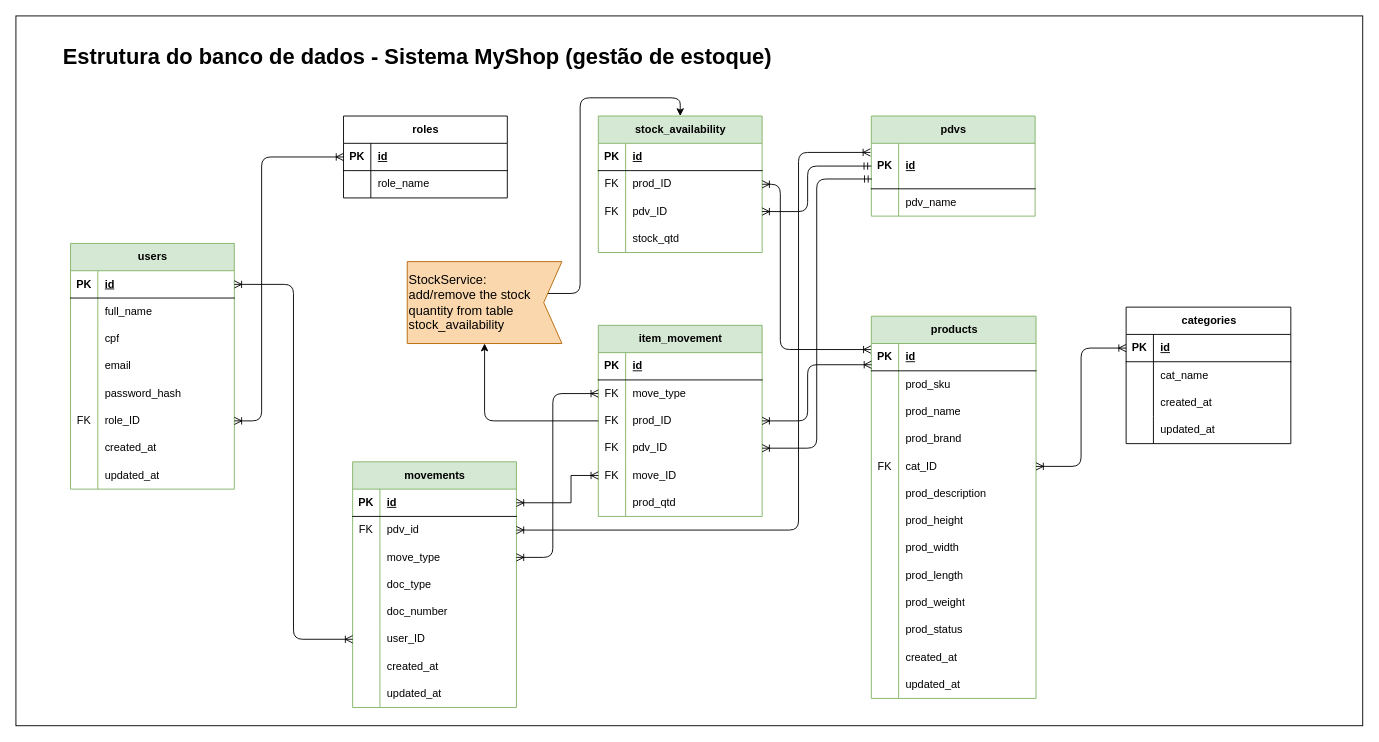
The draw.io diagram databases-myshop-app.drawio in caioreges/caioreges, before the edit. Source tidied: cells renumbered, new cells numbered last; positions are measured from the earlier drawing's top-left corner, leaving out a move shared by most shapes. Both pictures are drawn from the tidied source at 91%, with x=0, y=0 at pixel (15, 15).
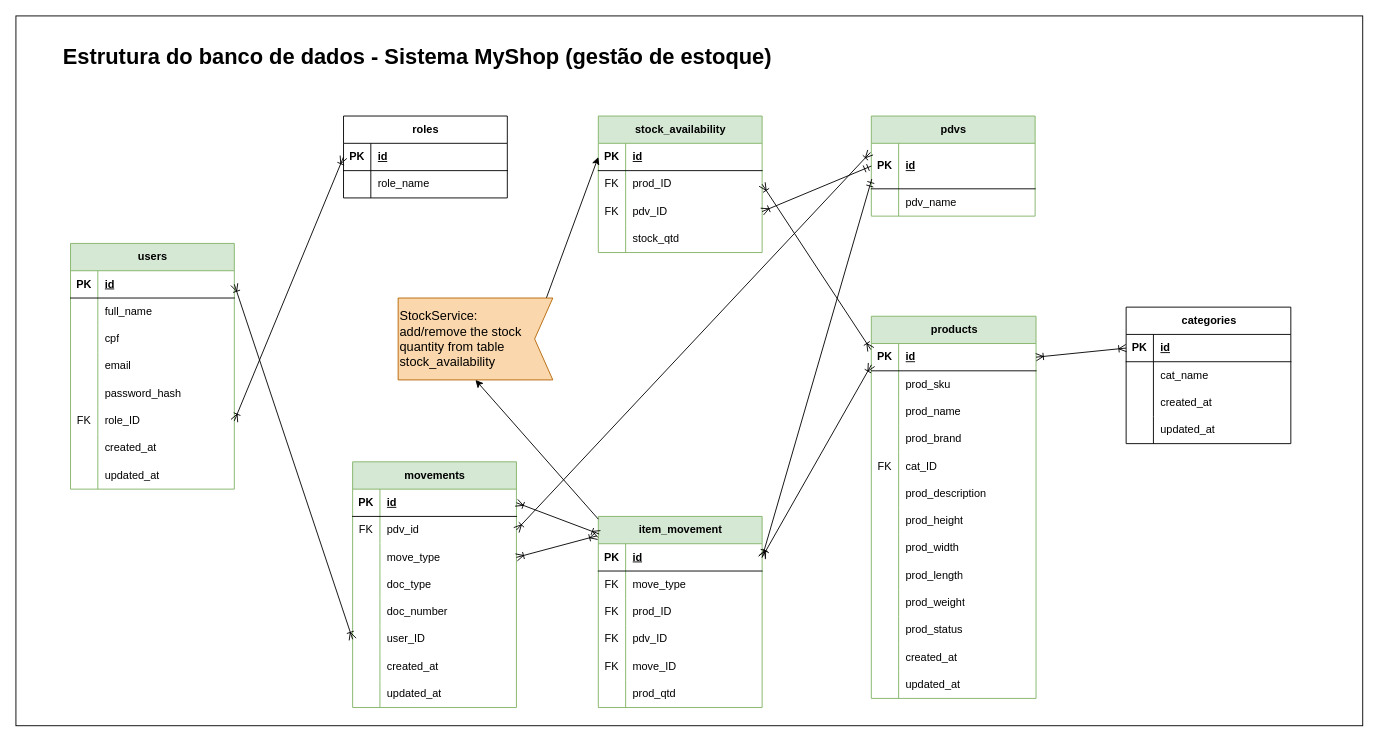
The same page after the edit.

The change refers to these unchanged cells:
```xml
<mxCell id="4" style="shape=tableRow;horizontal=0;startSize=0;swimlaneHead=0;swimlaneBody=0;fillColor=none;points=[[0,0.5],[1,0.5]];portConstraint=eastwest;top=0;left=0;right=0;bottom=1;" parent="3" vertex="1">
  <mxGeometry y="30" width="180" height="30" as="geometry" />
</mxCell>
<mxCell id="19" style="shape=tableRow;horizontal=0;startSize=0;swimlaneHead=0;swimlaneBody=0;fillColor=none;points=[[0,0.5],[1,0.5]];portConstraint=eastwest;top=0;left=0;right=0;bottom=0;" parent="3" vertex="1">
  <mxGeometry y="180" width="180" height="30" as="geometry" />
</mxCell>
<mxCell id="29" style="shape=tableRow;horizontal=0;startSize=0;swimlaneHead=0;swimlaneBody=0;fillColor=none;points=[[0,0.5],[1,0.5]];portConstraint=eastwest;top=0;left=0;right=0;bottom=1;" parent="28" vertex="1">
  <mxGeometry y="30" width="180" height="30" as="geometry" />
</mxCell>
<mxCell id="37" style="shape=tableRow;horizontal=0;startSize=0;swimlaneHead=0;swimlaneBody=0;fillColor=none;points=[[0,0.5],[1,0.5]];portConstraint=eastwest;top=0;left=0;right=0;bottom=1;" parent="36" vertex="1">
  <mxGeometry y="30" width="181" height="30" as="geometry" />
</mxCell>
<mxCell id="49" style="shape=tableRow;horizontal=0;startSize=0;swimlaneHead=0;swimlaneBody=0;fillColor=none;points=[[0,0.5],[1,0.5]];portConstraint=eastwest;top=0;left=0;right=0;bottom=0;" parent="36" vertex="1">
  <mxGeometry y="150" width="181" height="30" as="geometry" />
</mxCell>
<mxCell id="77" style="shape=tableRow;horizontal=0;startSize=0;swimlaneHead=0;swimlaneBody=0;fillColor=none;points=[[0,0.5],[1,0.5]];portConstraint=eastwest;top=0;left=0;right=0;bottom=1;" parent="76" vertex="1">
  <mxGeometry y="30" width="181" height="30" as="geometry" />
</mxCell>
<mxCell id="91" style="shape=tableRow;horizontal=0;startSize=0;swimlaneHead=0;swimlaneBody=0;fillColor=none;points=[[0,0.5],[1,0.5]];portConstraint=eastwest;top=0;left=0;right=0;bottom=1;" parent="90" vertex="1">
  <mxGeometry y="30" width="180" height="30" as="geometry" />
</mxCell>
<mxCell id="94" style="shape=tableRow;horizontal=0;startSize=0;swimlaneHead=0;swimlaneBody=0;fillColor=none;points=[[0,0.5],[1,0.5]];portConstraint=eastwest;top=0;left=0;right=0;bottom=0;" parent="90" vertex="1">
  <mxGeometry y="60" width="180" height="30" as="geometry" />
</mxCell>
<mxCell id="97" style="shape=tableRow;horizontal=0;startSize=0;swimlaneHead=0;swimlaneBody=0;fillColor=none;points=[[0,0.5],[1,0.5]];portConstraint=eastwest;top=0;left=0;right=0;bottom=0;" parent="90" vertex="1">
  <mxGeometry y="90" width="180" height="30" as="geometry" />
</mxCell>
<mxCell id="106" style="shape=tableRow;horizontal=0;startSize=0;swimlaneHead=0;swimlaneBody=0;fillColor=none;points=[[0,0.5],[1,0.5]];portConstraint=eastwest;top=0;left=0;right=0;bottom=0;" parent="90" vertex="1">
  <mxGeometry y="180" width="180" height="30" as="geometry" />
</mxCell>
<mxCell id="115" value="stock_availability" style="shape=table;startSize=30;childLayout=tableLayout;rowLines=0;fontStyle=1;align=center;html=1;fillColor=#d5e8d4;strokeColor=#82b366;" parent="1" vertex="1">
  <mxGeometry x="640" y="110" width="180" height="150" as="geometry" />
</mxCell>
<mxCell id="116" style="shape=tableRow;horizontal=0;startSize=0;swimlaneHead=0;swimlaneBody=0;fillColor=none;points=[[0,0.5],[1,0.5]];portConstraint=eastwest;top=0;left=0;right=0;bottom=1;" parent="115" vertex="1">
  <mxGeometry y="30" width="180" height="30" as="geometry" />
</mxCell>
<mxCell id="119" style="shape=tableRow;horizontal=0;startSize=0;swimlaneHead=0;swimlaneBody=0;fillColor=none;points=[[0,0.5],[1,0.5]];portConstraint=eastwest;top=0;left=0;right=0;bottom=0;" parent="115" vertex="1">
  <mxGeometry y="60" width="180" height="30" as="geometry" />
</mxCell>
<mxCell id="122" style="shape=tableRow;horizontal=0;startSize=0;swimlaneHead=0;swimlaneBody=0;fillColor=none;points=[[0,0.5],[1,0.5]];portConstraint=eastwest;top=0;left=0;right=0;bottom=0;" parent="115" vertex="1">
  <mxGeometry y="90" width="180" height="30" as="geometry" />
</mxCell>
<mxCell id="129" style="shape=tableRow;horizontal=0;startSize=0;swimlaneHead=0;swimlaneBody=0;fillColor=none;points=[[0,0.5],[1,0.5]];portConstraint=eastwest;top=0;left=0;right=0;bottom=1;" parent="128" vertex="1">
  <mxGeometry y="30" width="180" height="50" as="geometry" />
</mxCell>
<mxCell id="139" style="shape=tableRow;horizontal=0;startSize=0;swimlaneHead=0;swimlaneBody=0;fillColor=none;points=[[0,0.5],[1,0.5]];portConstraint=eastwest;top=0;left=0;right=0;bottom=1;" parent="138" vertex="1">
  <mxGeometry y="30" width="180" height="30" as="geometry" />
</mxCell>
<mxCell id="142" style="shape=tableRow;horizontal=0;startSize=0;swimlaneHead=0;swimlaneBody=0;fillColor=none;points=[[0,0.5],[1,0.5]];portConstraint=eastwest;top=0;left=0;right=0;bottom=0;" parent="138" vertex="1">
  <mxGeometry y="60" width="180" height="30" as="geometry" />
</mxCell>
<mxCell id="145" style="shape=tableRow;horizontal=0;startSize=0;swimlaneHead=0;swimlaneBody=0;fillColor=none;points=[[0,0.5],[1,0.5]];portConstraint=eastwest;top=0;left=0;right=0;bottom=0;" parent="138" vertex="1">
  <mxGeometry y="90" width="180" height="30" as="geometry" />
</mxCell>
<mxCell id="148" style="shape=tableRow;horizontal=0;startSize=0;swimlaneHead=0;swimlaneBody=0;fillColor=none;points=[[0,0.5],[1,0.5]];portConstraint=eastwest;top=0;left=0;right=0;bottom=0;" parent="138" vertex="1">
  <mxGeometry y="120" width="180" height="30" as="geometry" />
</mxCell>
<mxCell id="151" style="shape=tableRow;horizontal=0;startSize=0;swimlaneHead=0;swimlaneBody=0;fillColor=none;points=[[0,0.5],[1,0.5]];portConstraint=eastwest;top=0;left=0;right=0;bottom=0;" parent="138" vertex="1">
  <mxGeometry y="150" width="180" height="30" as="geometry" />
</mxCell>
```

Change to the diagram source:
```diff
@@
-    <mxCell id="35" style="edgeStyle=orthogonalEdgeStyle;fontSize=12;html=1;endArrow=ERoneToMany;startArrow=ERoneToMany;rounded=1;entryX=0;entryY=0.5;entryDx=0;entryDy=0;exitX=1;exitY=0.5;exitDx=0;exitDy=0;startFill=0;" parent="1" edge="1" source="19" target="29">
-      <mxGeometry relative="1" as="geometry">
-        <Array as="points">
-          <mxPoint x="270" y="445" />
-          <mxPoint x="270" y="155" />
-        </Array>
-      </mxGeometry>
+    <mxCell id="35" style="fontSize=12;html=1;endArrow=ERoneToMany;startArrow=ERoneToMany;rounded=1;entryX=0;entryY=0.5;entryDx=0;entryDy=0;exitX=1;exitY=0.5;exitDx=0;exitDy=0;startFill=0;" parent="1" edge="1" source="19" target="29">
+      <mxGeometry relative="1" as="geometry" />
     </mxCell>
@@
-    <mxCell id="89" style="edgeStyle=orthogonalEdgeStyle;fontSize=12;html=1;endArrow=ERoneToMany;startArrow=ERoneToMany;rounded=1;entryX=0;entryY=0.5;entryDx=0;entryDy=0;curved=0;endFill=0;startFill=0;" parent="1" edge="1" source="49" target="77">
+    <mxCell id="89" style="fontSize=12;html=1;endArrow=ERoneToMany;startArrow=ERoneToMany;rounded=1;entryX=0;entryY=0.5;entryDx=0;entryDy=0;endFill=0;startFill=0;exitX=1;exitY=0.5;exitDx=0;exitDy=0;" parent="1" edge="1" source="37" target="77">
       <mxGeometry relative="1" as="geometry" />
     </mxCell>
@@
-    <mxCell id="135" style="edgeStyle=orthogonalEdgeStyle;fontSize=12;html=1;endArrow=ERmandOne;startArrow=ERoneToMany;rounded=1;exitX=1;exitY=0.5;exitDx=0;exitDy=0;curved=0;startFill=0;entryX=0;entryY=0.5;entryDx=0;entryDy=0;" parent="1" edge="1" source="122" target="129">
-      <mxGeometry relative="1" as="geometry">
-        <Array as="points">
-          <mxPoint x="870" y="215" />
-          <mxPoint x="870" y="165" />
-        </Array>
-      </mxGeometry>
+    <mxCell id="135" style="fontSize=12;html=1;endArrow=ERmandOne;startArrow=ERoneToMany;rounded=1;exitX=1;exitY=0.5;exitDx=0;exitDy=0;startFill=0;entryX=0;entryY=0.5;entryDx=0;entryDy=0;" parent="1" edge="1" source="122" target="129">
+      <mxGeometry relative="1" as="geometry" />
     </mxCell>
-    <mxCell id="136" style="edgeStyle=orthogonalEdgeStyle;fontSize=12;html=1;endArrow=ERoneToMany;startArrow=ERoneToMany;rounded=1;entryX=1;entryY=0.5;entryDx=0;entryDy=0;exitX=-0.003;exitY=0.221;exitDx=0;exitDy=0;exitPerimeter=0;curved=0;endFill=0;startFill=0;" parent="1" edge="1" source="37" target="119">
-      <mxGeometry relative="1" as="geometry">
-        <Array as="points">
-          <mxPoint x="840" y="367" />
-          <mxPoint x="840" y="185" />
-        </Array>
-      </mxGeometry>
+    <mxCell id="136" style="fontSize=12;html=1;endArrow=ERoneToMany;startArrow=ERoneToMany;rounded=1;entryX=1;entryY=0.5;entryDx=0;entryDy=0;exitX=-0.003;exitY=0.221;exitDx=0;exitDy=0;exitPerimeter=0;endFill=0;startFill=0;" parent="1" edge="1" source="37" target="119">
+      <mxGeometry relative="1" as="geometry" />
     </mxCell>
-    <mxCell id="137" style="edgeStyle=orthogonalEdgeStyle;fontSize=12;html=1;endArrow=ERoneToMany;startArrow=ERoneToMany;rounded=1;exitX=1;exitY=0.5;exitDx=0;exitDy=0;entryX=0;entryY=0.5;entryDx=0;entryDy=0;curved=0;startFill=0;" parent="1" edge="1" source="4" target="106">
+    <mxCell id="137" style="fontSize=12;html=1;endArrow=ERoneToMany;startArrow=ERoneToMany;rounded=1;exitX=1;exitY=0.5;exitDx=0;exitDy=0;entryX=0;entryY=0.5;entryDx=0;entryDy=0;startFill=0;" parent="1" edge="1" source="4" target="106">
       <mxGeometry relative="1" as="geometry" />
     </mxCell>
     <mxCell id="138" value="item_movement" style="shape=table;startSize=30;childLayout=tableLayout;rowLines=0;fontStyle=1;align=center;html=1;fillColor=#d5e8d4;strokeColor=#82b366;" parent="1" vertex="1">
-      <mxGeometry x="640" y="340" width="180" height="210" as="geometry" />
+      <mxGeometry x="640" y="550" width="180" height="210" as="geometry" />
     </mxCell>
@@
-    <mxCell id="157" style="edgeStyle=orthogonalEdgeStyle;fontSize=12;html=1;endArrow=ERoneToMany;startArrow=ERoneToMany;rounded=1;exitX=1;exitY=0.5;exitDx=0;exitDy=0;entryX=0.001;entryY=0.777;entryDx=0;entryDy=0;entryPerimeter=0;curved=0;" parent="1" edge="1" source="145" target="37">
-      <mxGeometry relative="1" as="geometry">
-        <Array as="points">
-          <mxPoint x="870" y="445" />
-          <mxPoint x="870" y="383" />
-        </Array>
-      </mxGeometry>
+    <mxCell id="157" style="fontSize=12;html=1;endArrow=ERoneToMany;startArrow=ERoneToMany;rounded=1;exitX=1;exitY=0.5;exitDx=0;exitDy=0;entryX=0.001;entryY=0.777;entryDx=0;entryDy=0;entryPerimeter=0;strokeColor=default;" parent="1" edge="1" source="139" target="37">
+      <mxGeometry relative="1" as="geometry" />
     </mxCell>
-    <mxCell id="158" style="fontSize=12;html=1;endArrow=ERoneToMany;startArrow=ERoneToMany;rounded=0;entryX=0;entryY=0.5;entryDx=0;entryDy=0;exitX=1;exitY=0.5;exitDx=0;exitDy=0;edgeStyle=orthogonalEdgeStyle;startFill=0;" parent="1" edge="1" source="91" target="151">
-      <mxGeometry relative="1" as="geometry">
-        <Array as="points">
-          <mxPoint x="610" y="535" />
-          <mxPoint x="610" y="505" />
-        </Array>
-      </mxGeometry>
+    <mxCell id="158" style="fontSize=12;html=1;endArrow=ERoneToMany;startArrow=ERoneToMany;rounded=0;exitX=1;exitY=0.5;exitDx=0;exitDy=0;startFill=0;entryX=0.005;entryY=0.092;entryDx=0;entryDy=0;entryPerimeter=0;" parent="1" edge="1" source="91" target="138">
+      <mxGeometry relative="1" as="geometry" />
     </mxCell>
@@
-    <mxCell id="160" style="edgeStyle=orthogonalEdgeStyle;fontSize=12;html=1;endArrow=ERoneToMany;startArrow=ERoneToMany;rounded=1;exitX=1;exitY=0.5;exitDx=0;exitDy=0;entryX=0;entryY=0.5;entryDx=0;entryDy=0;startFill=0;endFill=0;" parent="1" edge="1" source="97" target="142">
-      <mxGeometry relative="1" as="geometry">
-        <Array as="points">
-          <mxPoint x="590" y="595" />
-          <mxPoint x="590" y="415" />
-        </Array>
-      </mxGeometry>
+    <mxCell id="160" style="fontSize=12;html=1;endArrow=ERoneToMany;startArrow=ERoneToMany;rounded=1;exitX=1;exitY=0.5;exitDx=0;exitDy=0;startFill=0;endFill=0;entryX=-0.01;entryY=0.102;entryDx=0;entryDy=0;entryPerimeter=0;" parent="1" edge="1" source="97" target="138">
+      <mxGeometry relative="1" as="geometry" />
     </mxCell>
-    <mxCell id="161" style="edgeStyle=orthogonalEdgeStyle;rounded=1;jettySize=auto;html=1;entryX=0.5;entryY=0;entryDx=0;entryDy=0;exitX=0;exitY=0;exitDx=20;exitDy=35;exitPerimeter=0;curved=0;" parent="1" edge="1" source="162" target="115">
+    <mxCell id="161" style="rounded=1;jettySize=auto;html=1;entryX=0;entryY=0.5;entryDx=0;entryDy=0;exitX=0;exitY=0;exitDx=20;exitDy=35;exitPerimeter=0;" parent="1" edge="1" source="162" target="116">
       <mxGeometry relative="1" as="geometry" />
     </mxCell>
     <mxCell id="162" value="StockService:&lt;br&gt;add/remove the stock quantity from table stock_availability" style="html=1;shape=mxgraph.infographic.ribbonSimple;notch1=20;notch2=0;align=left;verticalAlign=middle;fontSize=14;fontStyle=0;flipH=1;fillColor=#fad7ac;whiteSpace=wrap;padding=8;strokeColor=#b46504;" parent="1" vertex="1">
-      <mxGeometry x="430" y="270" width="170" height="90" as="geometry" />
+      <mxGeometry x="420" y="310" width="170" height="90" as="geometry" />
     </mxCell>
-    <mxCell id="163" style="edgeStyle=orthogonalEdgeStyle;rounded=1;jettySize=auto;html=1;entryX=0;entryY=0;entryDx=85;entryDy=90;entryPerimeter=0;curved=0;" parent="1" edge="1" source="138" target="162">
+    <mxCell id="163" style="rounded=1;jettySize=auto;html=1;entryX=0;entryY=0;entryDx=85;entryDy=90;entryPerimeter=0;" parent="1" edge="1" source="138" target="162">
       <mxGeometry relative="1" as="geometry" />
     </mxCell>
-    <mxCell id="164" style="edgeStyle=orthogonalEdgeStyle;rounded=1;jettySize=auto;html=1;curved=0;endArrow=ERoneToMany;endFill=0;exitX=1;exitY=0.5;exitDx=0;exitDy=0;startArrow=ERoneToMany;startFill=0;" parent="1" edge="1" source="94">
+    <mxCell id="164" style="rounded=1;jettySize=auto;html=1;endArrow=ERoneToMany;endFill=0;exitX=1;exitY=0.5;exitDx=0;exitDy=0;startArrow=ERoneToMany;startFill=0;" parent="1" edge="1" source="94">
       <mxGeometry relative="1" as="geometry">
         <mxPoint x="939" y="150" as="targetPoint" />
-        <Array as="points">
-          <mxPoint x="860" y="565" />
-          <mxPoint x="860" y="150" />
-          <mxPoint x="939" y="150" />
-        </Array>
       </mxGeometry>
     </mxCell>
-    <mxCell id="165" style="edgeStyle=orthogonalEdgeStyle;rounded=1;jettySize=auto;html=1;entryX=0.003;entryY=0.784;entryDx=0;entryDy=0;entryPerimeter=0;curved=0;endArrow=ERmandOne;endFill=0;startArrow=ERoneToMany;startFill=0;" parent="1" edge="1" source="148" target="129">
-      <mxGeometry relative="1" as="geometry">
-        <Array as="points">
-          <mxPoint x="880" y="475" />
-          <mxPoint x="880" y="179" />
-        </Array>
-      </mxGeometry>
+    <mxCell id="165" style="rounded=1;jettySize=auto;html=1;entryX=0.003;entryY=0.784;entryDx=0;entryDy=0;entryPerimeter=0;endArrow=ERmandOne;endFill=0;startArrow=ERoneToMany;startFill=0;exitX=1;exitY=0.5;exitDx=0;exitDy=0;" parent="1" edge="1" source="139" target="129">
+      <mxGeometry relative="1" as="geometry" />
     </mxCell>
```
